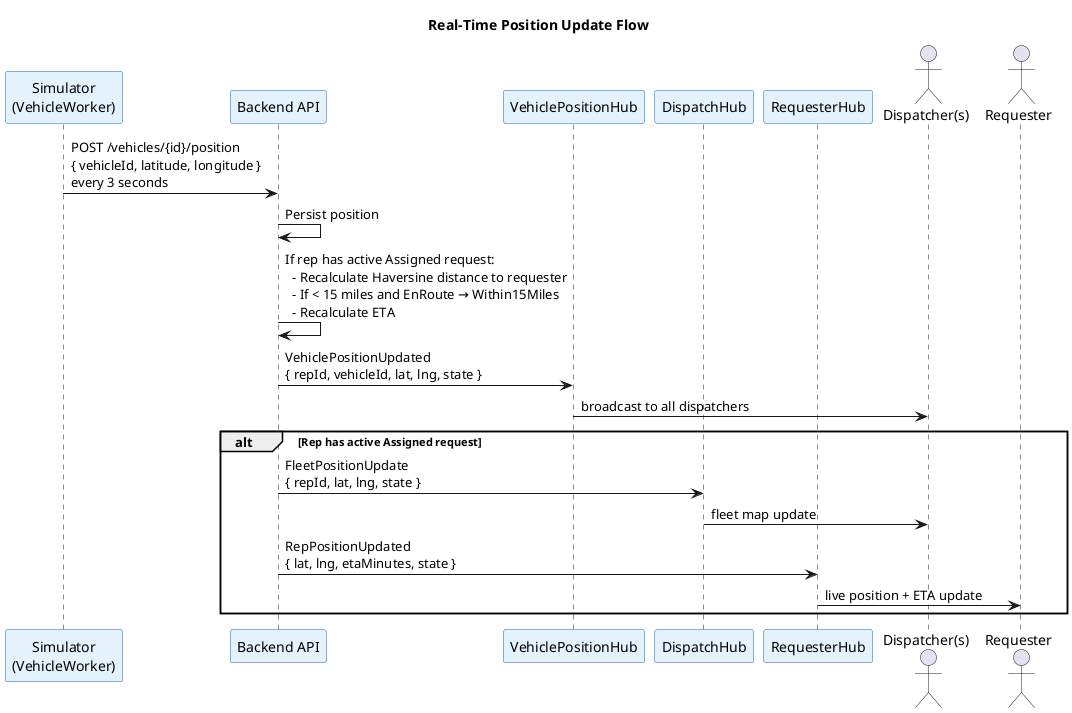
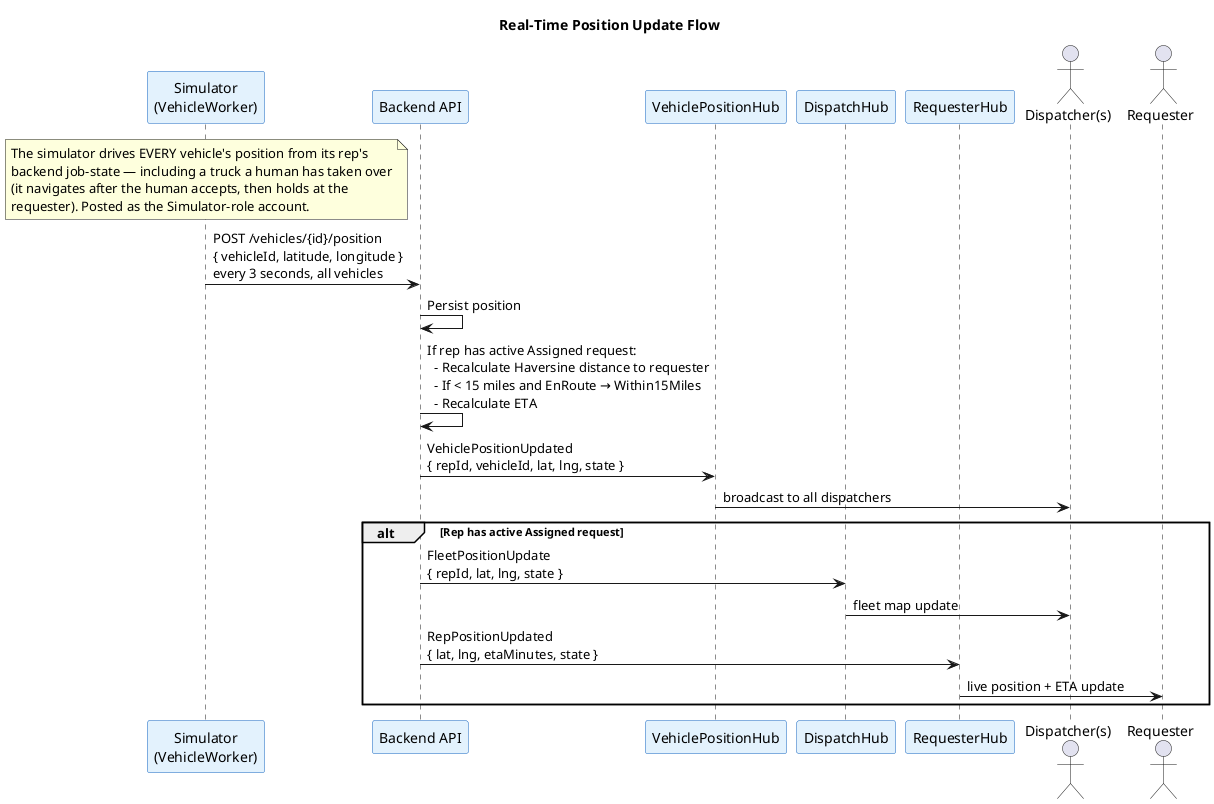
@startuml position-update-flow
title Real-Time Position Update Flow

skinparam participant {
    BackgroundColor #E3F2FD
    BorderColor #1565C0
}

participant "Simulator\n(VehicleWorker)" as Sim
participant "Backend API" as Backend
participant "VehiclePositionHub" as PosHub
participant "DispatchHub" as DispHub
participant "RequesterHub" as ReqHub
actor "Dispatcher(s)" as Dispatcher
actor "Requester" as Requester

- Sim -> Backend : POST /vehicles/{id}/position\n{ vehicleId, latitude, longitude }\nevery 3 seconds
+ note over Sim
+   The simulator drives EVERY vehicle's position from its rep's
+   backend job-state — including a truck a human has taken over
+   (it navigates after the human accepts, then holds at the
+   requester). Posted as the Simulator-role account.
+ end note
+ 
+ Sim -> Backend : POST /vehicles/{id}/position\n{ vehicleId, latitude, longitude }\nevery 3 seconds, all vehicles

Backend -> Backend : Persist position
Backend -> Backend : If rep has active Assigned request:\n  - Recalculate Haversine distance to requester\n  - If < 15 miles and EnRoute → Within15Miles\n  - Recalculate ETA

Backend -> PosHub : VehiclePositionUpdated\n{ repId, vehicleId, lat, lng, state }
PosHub -> Dispatcher : broadcast to all dispatchers

alt Rep has active Assigned request
    Backend -> DispHub : FleetPositionUpdate\n{ repId, lat, lng, state }
    DispHub -> Dispatcher : fleet map update

    Backend -> ReqHub : RepPositionUpdated\n{ lat, lng, etaMinutes, state }
    ReqHub -> Requester : live position + ETA update
end

@enduml

@startuml flow1-normal-request
title Flow 1 — Normal Request Lifecycle

skinparam participant {
    BackgroundColor #E8F5E9
    BorderColor #2E7D32
}

actor Requester
participant "Backend" as Backend
participant "RepHub" as RepHub
participant "RequesterHub" as ReqHub
participant "DispatchHub" as DispHub
actor "Service Rep" as Rep
actor Dispatcher

Requester -> Backend : POST /service-requests\n(GPS location + DTC selection)

Backend -> Backend : Run matching algorithm:\n1. Filter by dealer\n2. Filter by equipment (DTC match)\n3. Filter: Available only\n4. Exclude skipped reps\n5. Sort by Haversine distance\n6. Tiebreaker: longest Available

Backend -> RepHub : JobOfferReceived → Rep\n{ offerId, requesterName, tier, dtcTitle,\n  distanceMiles, etaMinutes, lat, lng }
RepHub -> Rep : job offer screen\n60-second countdown

alt Rep accepts
    Rep -> Backend : POST /job-offers/{id}/accept

    Backend -> ReqHub : RepAssigned → Requester\n{ repId, repName, etaMinutes, lat, lng }
    Backend -> DispHub : ServiceRequestAssigned + RepStateChanged → Dispatcher

    ReqHub -> Requester : tracking view\n(rep name, ETA, live map)
    DispHub -> Dispatcher : fleet map: rep marker → Blue (En Route)

    note over Backend, Dispatcher
      Position updates flow every 3 seconds (see position-update-flow diagram)
    end note

    Backend -> Backend : Haversine < 15 miles detected\nRep state → Within15Miles

    Requester <-- ReqHub : state = "Almost there" (Within15Miles)

    Rep -> Backend : POST /rep/arrive
    Backend -> Backend : Rep → OnSite\nRequest → InProgress

    Requester <-- ReqHub : state = "Arrived"\n"Your technician has arrived" (OnSite)

    Rep -> Backend : POST /rep/complete
    Backend -> Backend : Rep → Available\nRequest → Completed

    Backend -> ReqHub : ServiceCompleted → Requester
    ReqHub -> Requester : "Your service is complete."
    DispHub -> Dispatcher : request removed from map\nrep marker → Green (Available)

else Rep declines or 60s expires
    Rep -> Backend : POST /job-offers/{id}/decline\n(or timeout)
    Backend -> Backend : Mark offer Declined/Expired\nRep permanently skipped for this job\nFind next best qualified rep
    note right : Repeats until accepted\nor all reps exhausted
end

@enduml

@startuml flow2-no-qualified-rep
title Flow 2 — No Qualified Rep Available

skinparam participant {
    BackgroundColor #EDE7F6
    BorderColor #4527A0
}

actor Requester
participant "Backend" as Backend
participant "RequesterHub" as ReqHub
participant "DispatchHub" as DispHub
actor "Dispatcher" as Dispatcher
actor "Service Rep" as Rep

Requester -> Backend : POST /service-requests\n(GPS location + DTC selection)

Backend -> Backend : Run matching algorithm:\n  no qualified rep found\n  (none available, all declined, or all expired)

Backend -> ReqHub : request stays Pending
ReqHub -> Requester : spinner: "finding your technician"

Backend -> DispHub : ServiceRequestPending → Dispatcher
DispHub -> Dispatcher : request appears in queue\n(no rep assigned yet)

note over Backend
  Backend monitors for rep state changes.
  Any rep transition to Available triggers
  re-run of matching for all Pending requests.
end note

alt A rep becomes Available
    Rep -> Backend : POST /rep/complete\n  or POST /vehicles/{id}/claim\n  (transitions rep → Available)

    Backend -> Backend : Re-run matching algorithm\nfor all Pending requests

    note right : Resumes Flow 1\nfrom job offer step
end

@enduml

@startuml flow3-priority-redirect
title Flow 3 — Priority Redirect

skinparam participant {
    BackgroundColor #FFF3E0
    BorderColor #E65100
}

actor "Gold Requester" as Gold
actor "Bronze Requester" as Bronze
participant "Backend" as Backend
participant "RepHub" as RepHub
participant "RequesterHub (Bronze)" as BronzeHub
participant "RequesterHub (Gold)" as GoldHub
participant "DispatchHub" as DispHub
actor "Dispatcher" as Dispatcher
actor "Rep (En Route)" as Rep

Gold -> Backend : POST /service-requests (Gold tier)

Backend -> DispHub : ServiceRequestPending → Dispatcher\n{ Gold badge, suggested match:\n  nearest En Route rep serving Bronze }
DispHub -> Dispatcher : Gold request in queue\nRedirect button enabled

Dispatcher -> Backend : POST /dispatcher/redirect\n{ repId, toRequestId: Gold request }

Backend -> Backend : Validate redirect eligibility:\n- Rep is EnRoute ✓\n- Gold > Bronze ✓\n- Cooldown? Gold overrides ✓\n- Not Within15Miles / OnSite ✓

Backend -> Backend : Bronze request → Pending\nRep hard-assigned to Gold request\nCooldown starts (5 min) for this rep

Backend -> RepHub : RedirectReceived → Rep\n{ newRequestId, Gold requester, dtcTitle,\n  distanceMiles, etaMinutes, lat, lng }
RepHub -> Rep : active job screen updates\nto new destination — no accept/decline

Backend -> Backend : Run matching algorithm\nfor displaced Bronze request

Backend -> GoldHub : RepAssigned → Gold Requester
GoldHub -> Gold : tracking view\n(rep heading to Gold location)

note over Backend
  Matching runs for Bronze:
  next best rep offered (Flow 1)
end note

Backend -> BronzeHub : RepRedirected → Bronze Requester\n(sent only after new rep accepts)\n{ oldRepName, newRepName, newEtaMinutes }
BronzeHub -> Bronze : "Our apologies, we needed to redirect\n[old rep]. [new rep] is heading your way."

@enduml

@startuml flow4-rep-offline
title Flow 4 — Rep Goes Offline Mid-Job

skinparam participant {
    BackgroundColor #FCE4EC
    BorderColor #880E4F
}

actor "Service Rep" as Rep
participant "Backend\n(RepHub)" as Backend
participant "DispatchHub" as DispHub
participant "RequesterHub" as ReqHub
actor Dispatcher
actor Requester

Rep ->x Backend : Connection lost\n(crash or logout)

Backend -> Backend : OnDisconnectedAsync triggered\nRep → Offline\nActive job → Pending\nVehicle stays Claimed

Backend -> DispHub : RepOfflineMidJob\n{ repId, requestId }
DispHub -> Dispatcher : alert: "[Rep] went offline — [DTC] request re-queued"\nrep marker disappears from map

Backend -> ReqHub : (requester returns to Pending state)
ReqHub -> Requester : spinner: "finding your technician"

- Backend -> Backend : Run matching algorithm\nfor re-queued request
- 
- alt Rep reconnects
-     Rep -> Backend : login + vehicle claim
-     note right : Vehicle still claimed —\nrep sees it and can release it
- else Dispatcher force-releases vehicle
-     Dispatcher -> Backend : POST /vehicles/{id}/force-release
-     Backend -> Backend : Vehicle → Unclaimed\nAvailable for another rep
- end
- 
- @enduml
+ Backend -> Backend : Run matching algorithm\nfor re-queued request\n(offered to any available rep — usually an automated one)
+ 
+ alt Automated (simulator) rep
+     Backend -> Backend : Simulator reconciler resumes\nthat rep on its vehicle (normal loop)
+ else Human rep "goes home" (logout / heartbeat timeout)
+     note right
+       Rep parks; vehicle off-duty.
+       Simulator does NOT re-assume a rep
+       a human took over (sticky for the run).
+     end note
+     Dispatcher -> Backend : (optional) POST /vehicles/{id}/force-release
+     Backend -> Backend : Vehicle → Unclaimed
+ end
+ 
+ @enduml
+ 
+ @startuml flow5-human-takeover
+ title Flow 5 — Human Takeover
+ 
+ skinparam participant {
+     BackgroundColor #E0F2F1
+     BorderColor #00695C
+ }
+ 
+ actor "Human Rep\n(device, logs in as rep3)" as Human
+ participant "Backend" as Backend
+ participant "Simulator" as Sim
+ participant "RepHub" as RepHub
+ 
+ Human -> Backend : GET idle vehicles\n(not en route / not on a job)
+ Backend -> Human : dropdown of idle vehicles
+ 
+ Human -> Backend : POST /vehicles/{V-002}/take-over
+ Backend -> Backend : release prior (simulator) claim on V-002\nend rep3's prior session\nclaim V-002 for rep3 (human)\nmark rep3 human-controlled
+ 
+ Sim -> Backend : GET fleet job-state (next tick)
+ Backend -> Sim : rep3 is human-controlled
+ Sim -> Sim : relinquish rep3; rebalance remaining\nautomated reps onto the freed vehicle
+ 
+ note over Human, RepHub
+   From now on, for rep3's truck:
+   • HUMAN decides — Accept/Decline, "I've Arrived", "Mark Complete"
+   • SIMULATOR drives position from rep3's job-state
+     (navigates to requester on Accept, then HOLDS)
+ end note
+ 
+ Backend -> RepHub : JobOfferReceived → rep3 (human's device)
+ RepHub -> Human : job offer screen (human taps Accept)
+ Sim -> Backend : POST /vehicles/V-002/position\n(navigating toward requester, then holding)
+ Human -> Backend : POST /rep/arrive , then /rep/complete
+ 
+ loop every ~15s while on duty
+     Human -> Backend : heartbeat
+ end
+ 
+ note over Human, Backend
+   On logout / heartbeat timeout → rep3 Offline, V-002 parks.
+   Simulator does NOT re-assume (sticky).
+ end note
+ 
+ @enduml
